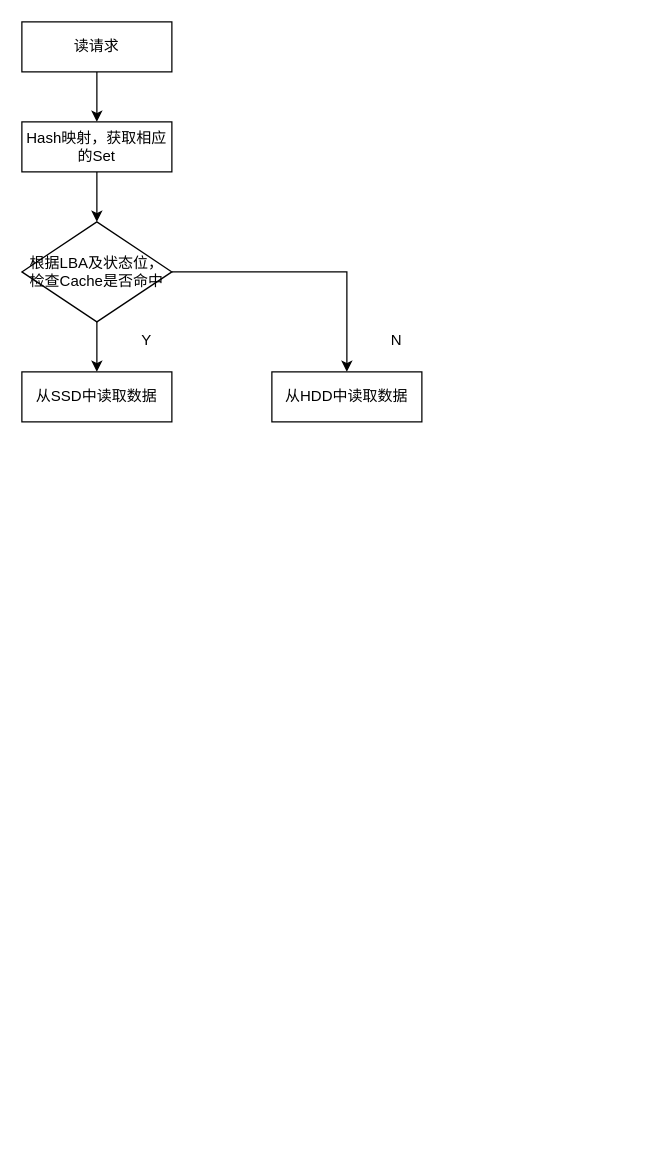
Above: EnhanceIO 读请求IO流程.drawio in Zhongyl1994/Picture (draw.io), before the change. Source tidied: cells renumbered, new cells numbered last; positions are measured from the earlier drawing's top-left corner, leaving out a move shared by most shapes. Both pictures are drawn from the tidied source at 125%, with x=0, y=0 at pixel (21, 21).
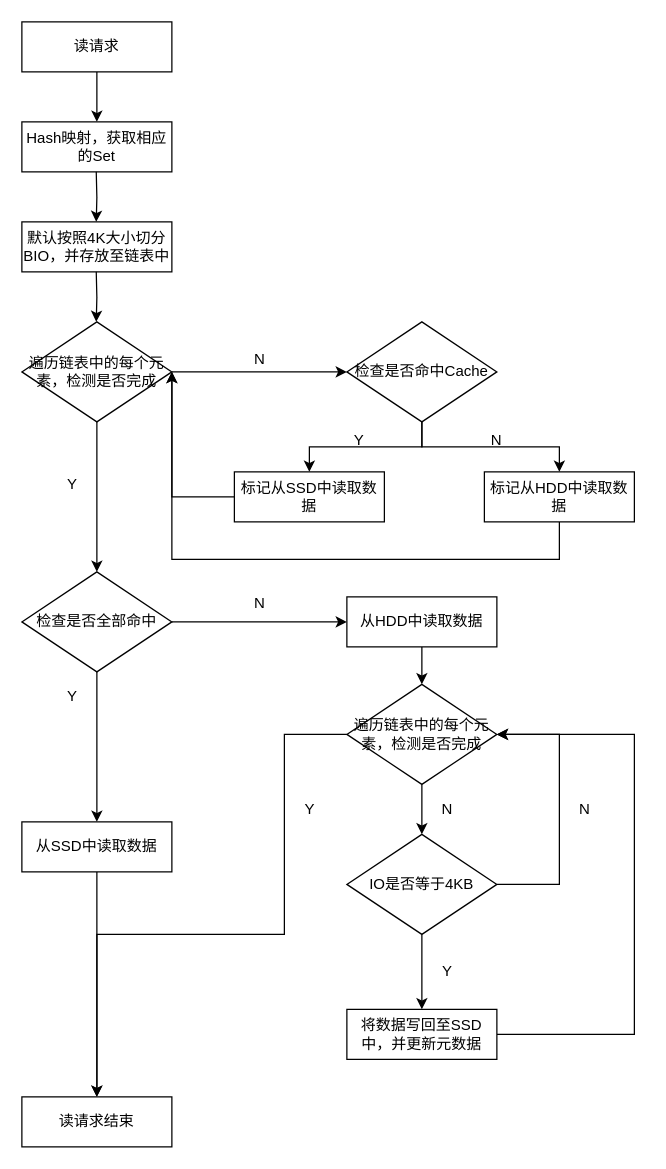
The same diagram, later.

Commit message:
Update EnhanceIO 读请求IO流程.drawio

The change refers to these unchanged cells:
```xml
<mxCell id="5" value="Hash映射，获取相应的Set" style="rounded=0;whiteSpace=wrap;html=1;" parent="1" vertex="1">
  <mxGeometry y="80" width="120" height="40" as="geometry" />
</mxCell>
```

The edit, as a diff of the source:
```diff
@@
-    <mxCell id="4" style="edgeStyle=orthogonalEdgeStyle;rounded=0;jettySize=auto;html=1;entryX=0.5;entryY=0;entryDx=0;entryDy=0;" parent="1" edge="1" source="5" target="8">
-      <mxGeometry relative="1" as="geometry" />
-    </mxCell>
@@
-    <mxCell id="8" value="根据LBA及状态位，&lt;br&gt;检查Cache是否命中" style="rhombus;whiteSpace=wrap;html=1;" parent="1" vertex="1">
-      <mxGeometry y="160" width="120" height="80" as="geometry" />
+    <mxCell id="8" value="检查是否命中Cache" style="rhombus;whiteSpace=wrap;html=1;" parent="1" vertex="1">
+      <mxGeometry x="260" y="240" width="120" height="80" as="geometry" />
     </mxCell>
+    <mxCell id="13" style="edgeStyle=orthogonalEdgeStyle;rounded=0;jettySize=auto;html=1;entryX=1;entryY=0.5;entryDx=0;entryDy=0;" parent="1" edge="1" source="9" target="19">
+      <mxGeometry relative="1" as="geometry">
+        <Array as="points">
+          <mxPoint x="120" y="380" />
+        </Array>
+      </mxGeometry>
+    </mxCell>
-    <mxCell id="9" value="从SSD中读取数据" style="rounded=0;whiteSpace=wrap;html=1;" parent="1" vertex="1">
-      <mxGeometry y="280" width="120" height="40" as="geometry" />
+    <mxCell id="9" value="标记从SSD中读取数据" style="rounded=0;whiteSpace=wrap;html=1;" parent="1" vertex="1">
+      <mxGeometry x="170" y="360" width="120" height="40" as="geometry" />
     </mxCell>
+    <mxCell id="14" style="edgeStyle=orthogonalEdgeStyle;rounded=0;jettySize=auto;html=1;" parent="1" edge="1" source="10">
+      <mxGeometry relative="1" as="geometry">
+        <mxPoint x="120" y="280" as="targetPoint" />
+        <Array as="points">
+          <mxPoint x="430" y="430" />
+          <mxPoint x="120" y="430" />
+        </Array>
+      </mxGeometry>
+    </mxCell>
-    <mxCell id="10" value="从HDD中读取数据" style="rounded=0;whiteSpace=wrap;html=1;" parent="1" vertex="1">
-      <mxGeometry x="200" y="280" width="120" height="40" as="geometry" />
+    <mxCell id="10" value="标记从HDD中读取数据" style="rounded=0;whiteSpace=wrap;html=1;" parent="1" vertex="1">
+      <mxGeometry x="370" y="360" width="120" height="40" as="geometry" />
     </mxCell>
     <mxCell id="11" value="Y" style="text;html=1;strokeColor=none;fillColor=none;align=center;verticalAlign=middle;whiteSpace=wrap;rounded=0;" parent="1" vertex="1">
-      <mxGeometry x="70" y="240" width="60" height="30" as="geometry" />
+      <mxGeometry x="240" y="320" width="60" height="30" as="geometry" />
     </mxCell>
     <mxCell id="12" value="N" style="text;html=1;strokeColor=none;fillColor=none;align=center;verticalAlign=middle;whiteSpace=wrap;rounded=0;" parent="1" vertex="1">
-      <mxGeometry x="270" y="240" width="60" height="30" as="geometry" />
+      <mxGeometry x="350" y="320" width="60" height="30" as="geometry" />
     </mxCell>
+    <mxCell id="15" value="默认按照4K大小切分BIO，并存放至链表中" style="rounded=0;whiteSpace=wrap;html=1;" parent="1" vertex="1">
+      <mxGeometry y="160" width="120" height="40" as="geometry" />
+    </mxCell>
+    <mxCell id="16" style="edgeStyle=orthogonalEdgeStyle;rounded=0;orthogonalLoop=1;jettySize=auto;html=1;entryX=0.5;entryY=0;entryDx=0;entryDy=0;" parent="1" edge="1">
+      <mxGeometry relative="1" as="geometry">
+        <mxPoint x="59.5" y="120" as="sourcePoint" />
+        <mxPoint x="59.5" y="160" as="targetPoint" />
+      </mxGeometry>
+    </mxCell>
+    <mxCell id="17" style="edgeStyle=orthogonalEdgeStyle;rounded=0;jettySize=auto;html=1;entryX=0;entryY=0.5;entryDx=0;entryDy=0;" parent="1" edge="1" source="19" target="8">
+      <mxGeometry relative="1" as="geometry" />
+    </mxCell>
+    <mxCell id="18" style="edgeStyle=orthogonalEdgeStyle;rounded=0;jettySize=auto;html=1;entryX=0.5;entryY=0;entryDx=0;entryDy=0;" parent="1" edge="1" source="19" target="24">
+      <mxGeometry relative="1" as="geometry" />
+    </mxCell>
+    <mxCell id="19" value="遍历链表中的每个元素，检测是否完成" style="rhombus;whiteSpace=wrap;html=1;" parent="1" vertex="1">
+      <mxGeometry y="240" width="120" height="80" as="geometry" />
+    </mxCell>
+    <mxCell id="20" style="edgeStyle=orthogonalEdgeStyle;rounded=0;orthogonalLoop=1;jettySize=auto;html=1;entryX=0.5;entryY=0;entryDx=0;entryDy=0;" parent="1" edge="1">
+      <mxGeometry relative="1" as="geometry">
+        <mxPoint x="59.5" y="200" as="sourcePoint" />
+        <mxPoint x="59.5" y="240" as="targetPoint" />
+      </mxGeometry>
+    </mxCell>
+    <mxCell id="21" value="N" style="text;html=1;align=center;verticalAlign=middle;strokeColor=none;fillColor=none;" parent="1" vertex="1">
+      <mxGeometry x="180" y="260" width="20" height="20" as="geometry" />
+    </mxCell>
+    <mxCell id="22" style="edgeStyle=orthogonalEdgeStyle;rounded=0;jettySize=auto;html=1;entryX=0.5;entryY=0;entryDx=0;entryDy=0;" parent="1" edge="1" source="24" target="27">
+      <mxGeometry relative="1" as="geometry" />
+    </mxCell>
+    <mxCell id="23" style="edgeStyle=orthogonalEdgeStyle;rounded=0;jettySize=auto;html=1;entryX=0;entryY=0.5;entryDx=0;entryDy=0;" parent="1" edge="1" source="24" target="30">
+      <mxGeometry relative="1" as="geometry" />
+    </mxCell>
+    <mxCell id="24" value="检查是否全部命中" style="rhombus;whiteSpace=wrap;html=1;" parent="1" vertex="1">
+      <mxGeometry y="440" width="120" height="80" as="geometry" />
+    </mxCell>
+    <mxCell id="25" value="Y" style="text;html=1;align=center;verticalAlign=middle;strokeColor=none;fillColor=none;" parent="1" vertex="1">
+      <mxGeometry x="30" y="360" width="20" height="20" as="geometry" />
+    </mxCell>
+    <mxCell id="26" style="edgeStyle=orthogonalEdgeStyle;rounded=0;jettySize=auto;html=1;entryX=0.5;entryY=0;entryDx=0;entryDy=0;" parent="1" edge="1" source="27" target="32">
+      <mxGeometry relative="1" as="geometry" />
+    </mxCell>
+    <mxCell id="27" value="从SSD中读取数据" style="rounded=0;whiteSpace=wrap;html=1;" parent="1" vertex="1">
+      <mxGeometry y="640" width="120" height="40" as="geometry" />
+    </mxCell>
+    <mxCell id="28" value="Y" style="text;html=1;align=center;verticalAlign=middle;strokeColor=none;fillColor=none;" parent="1" vertex="1">
+      <mxGeometry x="30" y="530" width="20" height="20" as="geometry" />
+    </mxCell>
+    <mxCell id="29" style="edgeStyle=orthogonalEdgeStyle;rounded=0;jettySize=auto;html=1;entryX=0.5;entryY=0;entryDx=0;entryDy=0;" parent="1" edge="1" source="30" target="40">
+      <mxGeometry relative="1" as="geometry" />
+    </mxCell>
+    <mxCell id="30" value="从HDD中读取数据" style="rounded=0;whiteSpace=wrap;html=1;" parent="1" vertex="1">
+      <mxGeometry x="260" y="460" width="120" height="40" as="geometry" />
+    </mxCell>
+    <mxCell id="31" value="N" style="text;html=1;align=center;verticalAlign=middle;strokeColor=none;fillColor=none;" parent="1" vertex="1">
+      <mxGeometry x="180" y="455" width="20" height="20" as="geometry" />
+    </mxCell>
+    <mxCell id="32" value="读请求结束" style="rounded=0;whiteSpace=wrap;html=1;" parent="1" vertex="1">
+      <mxGeometry y="860" width="120" height="40" as="geometry" />
+    </mxCell>
+    <mxCell id="33" style="edgeStyle=orthogonalEdgeStyle;rounded=0;jettySize=auto;html=1;entryX=0.5;entryY=0;entryDx=0;entryDy=0;" parent="1" edge="1" source="35" target="37">
+      <mxGeometry relative="1" as="geometry" />
+    </mxCell>
+    <mxCell id="34" style="edgeStyle=orthogonalEdgeStyle;rounded=0;jettySize=auto;html=1;entryX=1;entryY=0.5;entryDx=0;entryDy=0;" parent="1" edge="1" source="35" target="40">
+      <mxGeometry relative="1" as="geometry">
+        <Array as="points">
+          <mxPoint x="430" y="690" />
+          <mxPoint x="430" y="570" />
+        </Array>
+      </mxGeometry>
+    </mxCell>
+    <mxCell id="35" value="IO是否等于4KB" style="rhombus;whiteSpace=wrap;html=1;" parent="1" vertex="1">
+      <mxGeometry x="260" y="650" width="120" height="80" as="geometry" />
+    </mxCell>
+    <mxCell id="36" style="edgeStyle=orthogonalEdgeStyle;rounded=0;jettySize=auto;html=1;entryX=1;entryY=0.5;entryDx=0;entryDy=0;" parent="1" edge="1" source="37" target="40">
+      <mxGeometry relative="1" as="geometry">
+        <Array as="points">
+          <mxPoint x="490" y="810" />
+          <mxPoint x="490" y="570" />
+        </Array>
+      </mxGeometry>
+    </mxCell>
+    <mxCell id="37" value="将数据写回至SSD中，并更新元数据" style="rounded=0;whiteSpace=wrap;html=1;" parent="1" vertex="1">
+      <mxGeometry x="260" y="790" width="120" height="40" as="geometry" />
+    </mxCell>
+    <mxCell id="38" style="edgeStyle=orthogonalEdgeStyle;rounded=0;jettySize=auto;html=1;entryX=0.5;entryY=0;entryDx=0;entryDy=0;" parent="1" edge="1" source="40" target="35">
+      <mxGeometry relative="1" as="geometry" />
+    </mxCell>
+    <mxCell id="39" style="edgeStyle=orthogonalEdgeStyle;rounded=0;jettySize=auto;html=1;entryX=0.5;entryY=0;entryDx=0;entryDy=0;" parent="1" edge="1" source="40" target="32">
+      <mxGeometry relative="1" as="geometry">
+        <Array as="points">
+          <mxPoint x="210" y="570" />
+          <mxPoint x="210" y="730" />
+          <mxPoint x="60" y="730" />
+        </Array>
+      </mxGeometry>
+    </mxCell>
+    <mxCell id="40" value="遍历链表中的每个元素，检测是否完成" style="rhombus;whiteSpace=wrap;html=1;" parent="1" vertex="1">
+      <mxGeometry x="260" y="530" width="120" height="80" as="geometry" />
+    </mxCell>
+    <mxCell id="41" value="N" style="text;html=1;align=center;verticalAlign=middle;strokeColor=none;fillColor=none;" parent="1" vertex="1">
+      <mxGeometry x="330" y="620" width="20" height="20" as="geometry" />
+    </mxCell>
+    <mxCell id="42" value="Y" style="text;html=1;align=center;verticalAlign=middle;strokeColor=none;fillColor=none;" parent="1" vertex="1">
+      <mxGeometry x="220" y="620" width="20" height="20" as="geometry" />
+    </mxCell>
+    <mxCell id="43" value="Y" style="text;html=1;align=center;verticalAlign=middle;strokeColor=none;fillColor=none;" parent="1" vertex="1">
+      <mxGeometry x="330" y="750" width="20" height="20" as="geometry" />
+    </mxCell>
+    <mxCell id="44" value="N" style="text;html=1;align=center;verticalAlign=middle;strokeColor=none;fillColor=none;" parent="1" vertex="1">
+      <mxGeometry x="440" y="620" width="20" height="20" as="geometry" />
+    </mxCell>
```
